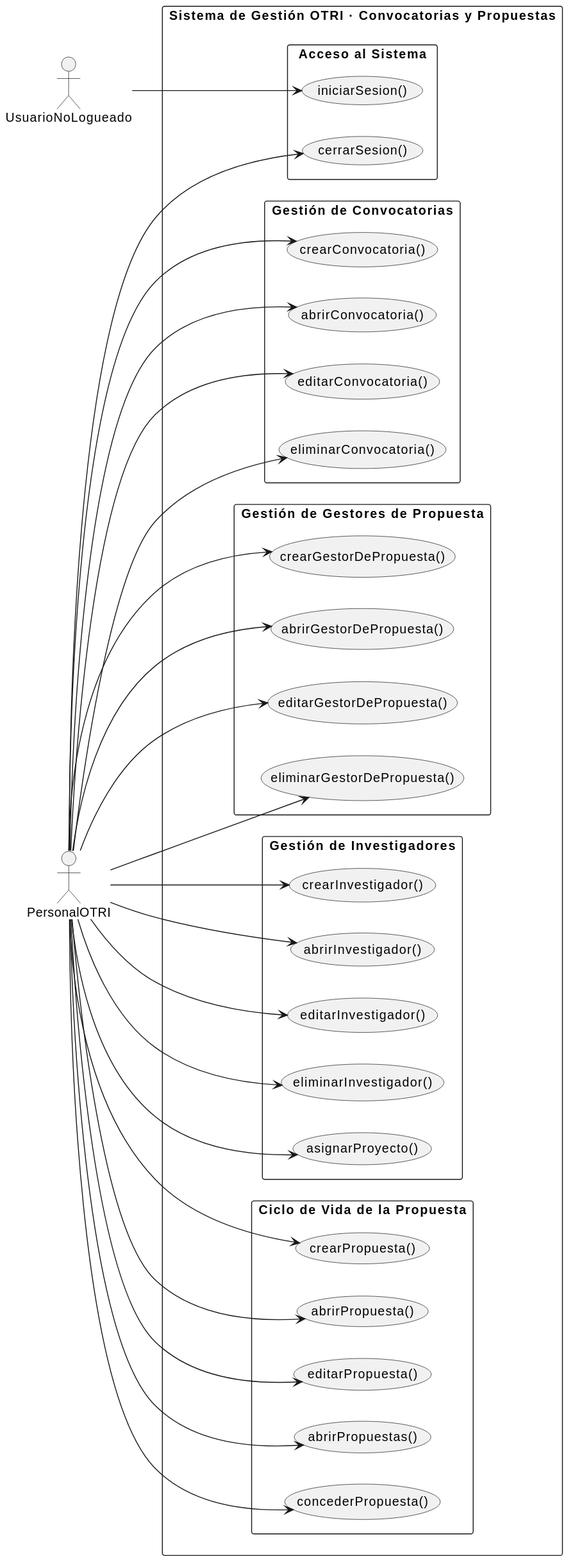
Earlier version of the PlantUML export images/01-actores-casos-uso/dimension-propuesta/actores-casos-uso.svg (Angelo2272/26-27-IdSw1-SDR).
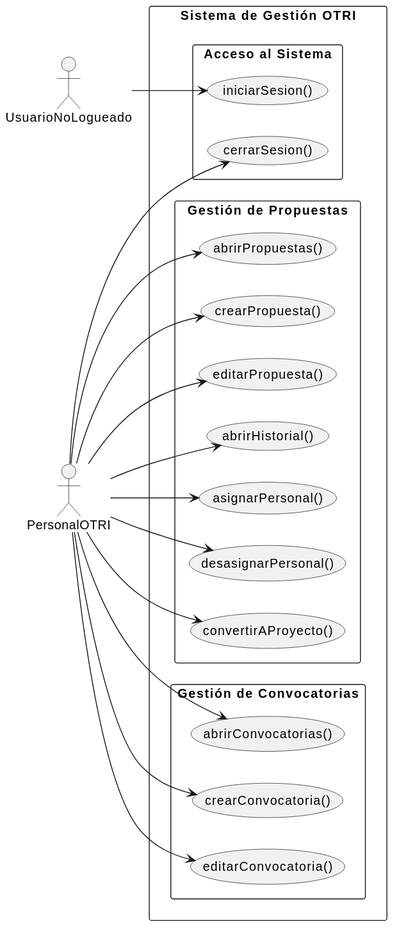
After the commit.

Commit message:
feat: agregar actores y casos de usos de propuestas

The edit, as a diff of the source:
```diff
@@ -1,59 +1,49 @@
 @startuml
 left to right direction
+
 skinparam packageStyle rectangle
 skinparam shadowing false
-actor "UsuarioNoLogueado" as UsuarioNoLogueado
-actor "PersonalOTRI" as PersonalOTRI
-rectangle "Sistema de Gestión OTRI · Convocatorias y Propuestas" {
-  package "Acceso al Sistema" {
-    usecase "iniciarSesion()" as iniciarSesion
-    usecase "cerrarSesion()" as cerrarSesion
-  }
-  package "Gestión de Convocatorias" {
-    usecase "crearConvocatoria()" as crearConvocatoria
-    usecase "abrirConvocatoria()" as abrirConvocatoria
-    usecase "editarConvocatoria()" as editarConvocatoria
-    usecase "eliminarConvocatoria()" as eliminarConvocatoria
-  }
-  package "Gestión de Gestores de Propuesta" {
-    usecase "crearGestorDePropuesta()" as crearGestorDePropuesta
-    usecase "abrirGestorDePropuesta()" as abrirGestorDePropuesta
-    usecase "editarGestorDePropuesta()" as editarGestorDePropuesta
-    usecase "eliminarGestorDePropuesta()" as eliminarGestorDePropuesta
-  }
-  package "Gestión de Investigadores" {
-    usecase "crearInvestigador()" as crearInvestigador
-    usecase "abrirInvestigador()" as abrirInvestigador
-    usecase "editarInvestigador()" as editarInvestigador
-    usecase "eliminarInvestigador()" as eliminarInvestigador
-    usecase "asignarProyecto()" as asignarProyecto
-  }
-  package "Ciclo de Vida de la Propuesta" {
-    usecase "crearPropuesta()" as crearPropuesta
-    usecase "abrirPropuesta()" as abrirPropuesta
-    usecase "editarPropuesta()" as editarPropuesta
-    usecase "abrirPropuestas()" as abrirPropuestas
-    usecase "concederPropuesta()" as concederPropuesta
-  }
+
+actor "UsuarioNoLogueado" as Usuario
+actor "PersonalOTRI" as Personal
+
+rectangle "Sistema de Gestión OTRI" {
+
+    package "Acceso al Sistema" {
+        usecase "iniciarSesion()" as UC1
+        usecase "cerrarSesion()" as UC2
+    }
+
+    package "Gestión de Propuestas" {
+        usecase "abrirPropuestas()" as UC3
+        usecase "crearPropuesta()" as UC4
+        usecase "editarPropuesta()" as UC5
+        usecase "abrirHistorial()" as UC6
+        usecase "asignarPersonal()" as UC7
+        usecase "desasignarPersonal()" as UC8
+        usecase "convertirAProyecto()" as UC9
+    }
+
+    package "Gestión de Convocatorias" {
+        usecase "abrirConvocatorias()" as UC10
+        usecase "crearConvocatoria()" as UC11
+        usecase "editarConvocatoria()" as UC12
+    }
 }
-UsuarioNoLogueado --> iniciarSesion
-PersonalOTRI --> cerrarSesion
-PersonalOTRI --> crearConvocatoria
-PersonalOTRI --> abrirConvocatoria
-PersonalOTRI --> editarConvocatoria
-PersonalOTRI --> eliminarConvocatoria
-PersonalOTRI --> crearGestorDePropuesta
-PersonalOTRI --> abrirGestorDePropuesta
-PersonalOTRI --> editarGestorDePropuesta
-PersonalOTRI --> eliminarGestorDePropuesta
-PersonalOTRI --> crearInvestigador
-PersonalOTRI --> abrirInvestigador
-PersonalOTRI --> editarInvestigador
-PersonalOTRI --> eliminarInvestigador
-PersonalOTRI --> asignarProyecto
-PersonalOTRI --> abrirPropuesta
-PersonalOTRI --> editarPropuesta
-PersonalOTRI --> crearPropuesta
-PersonalOTRI --> abrirPropuestas
-PersonalOTRI --> concederPropuesta
+
+Usuario --> UC1
+
+Personal --> UC2
+
+Personal --> UC3
+Personal --> UC4
+Personal --> UC5
+Personal --> UC6
+Personal --> UC7
+Personal --> UC8
+Personal --> UC9
+
+Personal --> UC10
+Personal --> UC11
+Personal --> UC12
 @enduml
```
